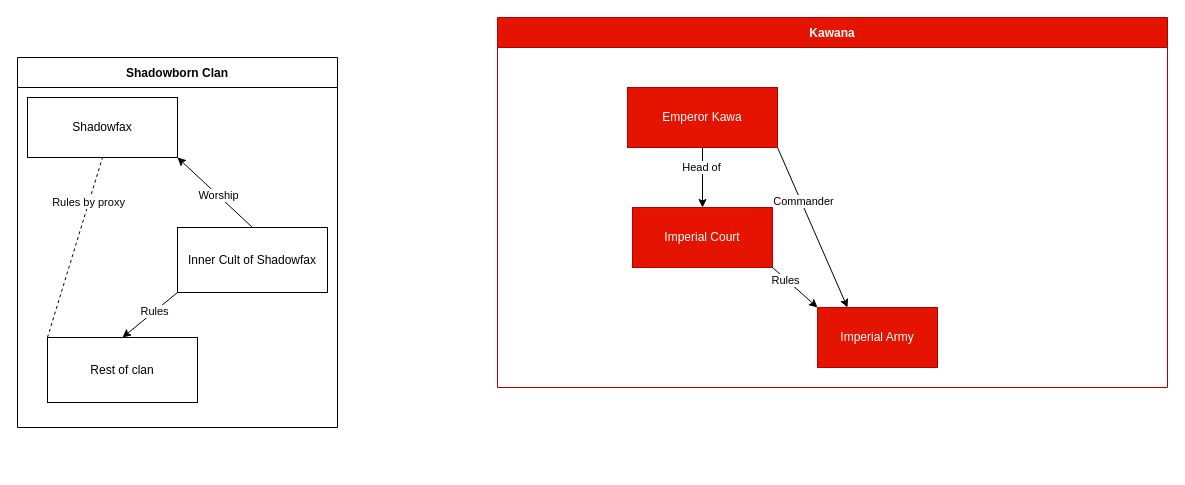
Before: FactionMap.drawio in LiamFallon213/charts-diagrams.net-, a draw.io diagram. Source tidied: cells renumbered, new cells numbered last; positions are measured from the earlier drawing's top-left corner, leaving out a move shared by most shapes. Both pictures are drawn from the tidied source at 100%, with x=0, y=0 at pixel (17, 17).
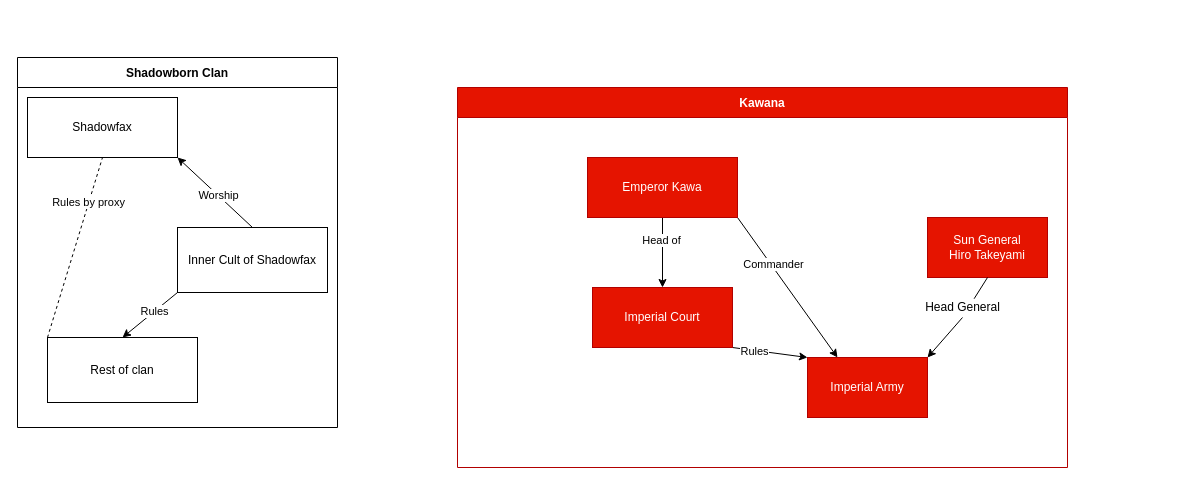
After the change.

Change to the diagram source:
```diff
@@
     <mxCell id="12" value="Kawana" style="swimlane;fillColor=#e51400;strokeColor=#B20000;fontColor=#ffffff;startSize=30;" parent="1" vertex="1">
-      <mxGeometry x="480" width="670" height="370" as="geometry" />
+      <mxGeometry x="440" y="70" width="610" height="380" as="geometry" />
     </mxCell>
@@
     <mxCell id="20" value="Imperial Court" style="rounded=0;whiteSpace=wrap;html=1;fillColor=#e51400;strokeColor=#B20000;fontColor=#ffffff;" parent="12" vertex="1">
-      <mxGeometry x="135" y="190" width="140" height="60" as="geometry" />
+      <mxGeometry x="135" y="200" width="140" height="60" as="geometry" />
     </mxCell>
     <mxCell id="21" value="Imperial Army" style="rounded=0;whiteSpace=wrap;html=1;fillColor=#e51400;strokeColor=#B20000;fontColor=#ffffff;" parent="12" vertex="1">
-      <mxGeometry x="320" y="290" width="120" height="60" as="geometry" />
+      <mxGeometry x="350" y="270" width="120" height="60" as="geometry" />
     </mxCell>
+    <mxCell id="22" style="edgeStyle=none;rounded=0;jettySize=auto;html=1;exitX=0.5;exitY=1;exitDx=0;exitDy=0;entryX=1;entryY=0;entryDx=0;entryDy=0;startArrow=none;" parent="12" edge="1" source="24" target="21">
+      <mxGeometry relative="1" as="geometry" />
+    </mxCell>
+    <mxCell id="23" value="&lt;div&gt;Sun General &lt;br&gt;&lt;/div&gt;&lt;div&gt;Hiro Takeyami&lt;br&gt;&lt;/div&gt;" style="rounded=0;whiteSpace=wrap;html=1;fillColor=#e51400;strokeColor=#B20000;fontColor=#ffffff;" parent="12" vertex="1">
+      <mxGeometry x="470" y="130" width="120" height="60" as="geometry" />
+    </mxCell>
+    <mxCell id="24" value="&lt;div&gt;Head General&lt;/div&gt;" style="text;html=1;align=center;verticalAlign=middle;points=[];strokeColor=none;" parent="12" vertex="1">
+      <mxGeometry x="460" y="210" width="90" height="20" as="geometry" />
+    </mxCell>
+    <mxCell id="25" style="edgeStyle=none;rounded=0;jettySize=auto;html=1;exitX=0.5;exitY=1;exitDx=0;exitDy=0;entryX=0.629;entryY=0.062;entryDx=0;entryDy=0;endArrow=none;entryPerimeter=0;" parent="12" edge="1" source="23" target="24">
+      <mxGeometry relative="1" as="geometry" />
+    </mxCell>
```
